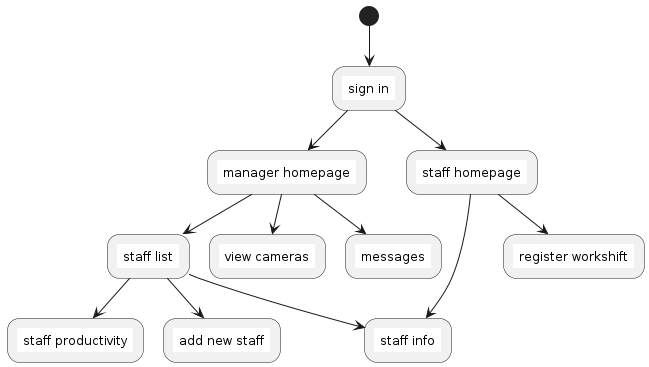
Above: docs/UML/Prototype/screen-flow-diagram.png in LapTQ/MCT (PlantUML), before the change.
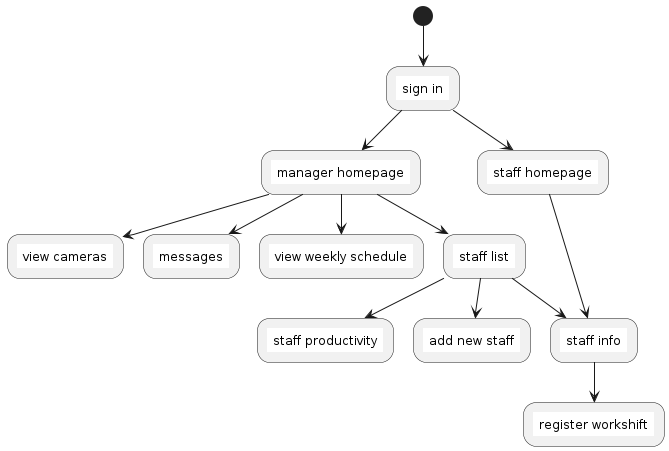
The same diagram one commit later.

What changed in the source:
```diff
@@ -76,12 +76,13 @@
 (*) --> SALT(signin)
 signin --> SALT(manager_homepage)
 signin --> SALT(staff_homepage)
-manager_homepage --> SALT(staff_list)
+manager_homepage --> SALT(view_weekly_schedule)
 manager_homepage --> SALT(view_cameras)
 manager_homepage --> SALT(messages)
+manager_homepage --> SALT(staff_list)
 staff_list --> SALT(staff_info)
 staff_list --> SALT(staff_productivity)
 staff_list --> SALT(add_new_staff)
 staff_homepage --> SALT(staff_info)
-staff_homepage --> SALT(register_workshift)
+staff_info --> SALT(register_workshift)
 @enduml
```
